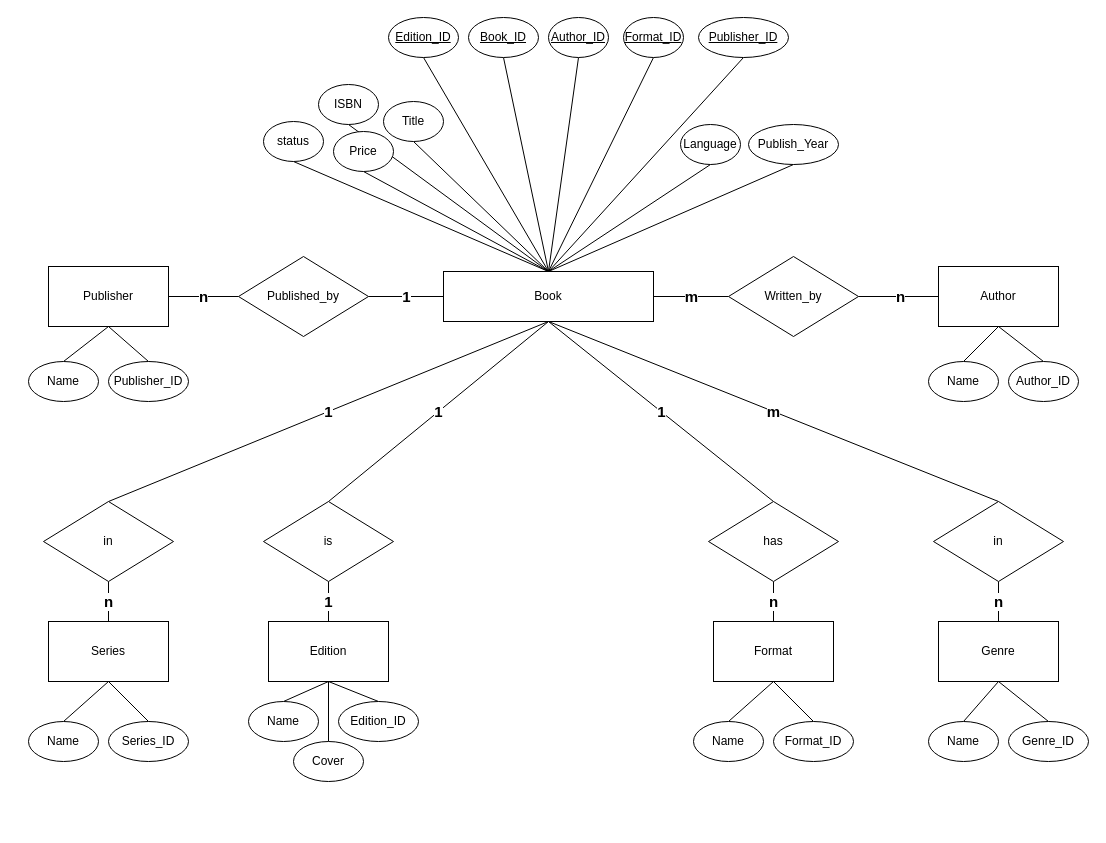
Above: Untitled Diagram.drawio in ediiiz/ediiiz.github.io (draw.io), before the change. Source tidied: cells renumbered, new cells numbered last; positions are measured from the earlier drawing's top-left corner, leaving out a move shared by most shapes. Both pictures are drawn from the tidied source at 100%, with x=0, y=0 at pixel (28, 17).
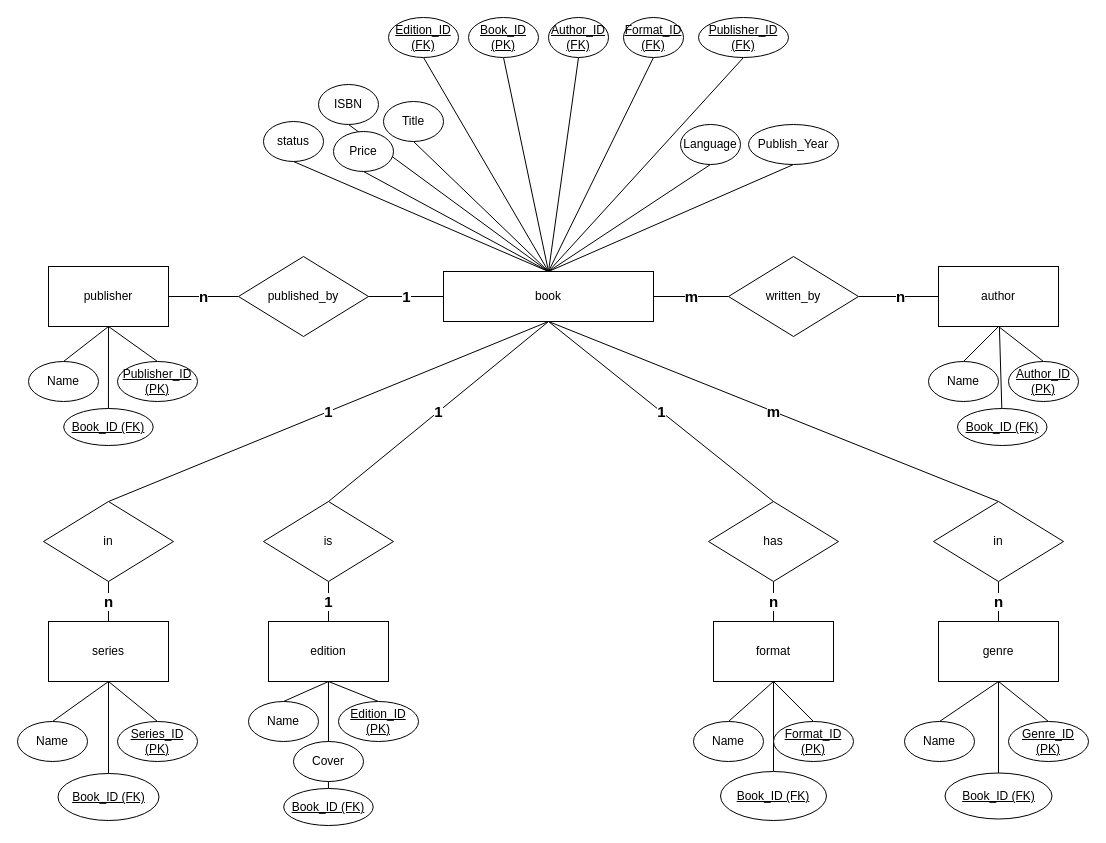
After the change.

The edit, as a diff of the source:
```diff
@@
-    <mxCell id="8" value="Book" style="rounded=0;whiteSpace=wrap;html=1;" parent="1" vertex="1">
+    <mxCell id="8" value="book" style="rounded=0;whiteSpace=wrap;html=1;" parent="1" vertex="1">
       <mxGeometry x="415" y="254" width="210" height="50" as="geometry" />
     </mxCell>
@@
-    <mxCell id="10" value="Author_ID" style="ellipse;whiteSpace=wrap;html=1;fontStyle=4;" parent="1" vertex="1">
+    <mxCell id="10" value="Author_ID (FK)" style="ellipse;whiteSpace=wrap;html=1;fontStyle=4;" parent="1" vertex="1">
       <mxGeometry x="520" width="60" height="40" as="geometry" />
     </mxCell>
-    <mxCell id="11" value="Format_ID" style="ellipse;whiteSpace=wrap;html=1;fontStyle=4;" parent="1" vertex="1">
+    <mxCell id="11" value="Format_ID (FK)" style="ellipse;whiteSpace=wrap;html=1;fontStyle=4;" parent="1" vertex="1">
       <mxGeometry x="595" width="60" height="40" as="geometry" />
     </mxCell>
@@
-    <mxCell id="21" value="Written_by" style="rhombus;whiteSpace=wrap;html=1;" parent="1" vertex="1">
+    <mxCell id="21" value="written_by" style="rhombus;whiteSpace=wrap;html=1;" parent="1" vertex="1">
       <mxGeometry x="700" y="239" width="130" height="80" as="geometry" />
     </mxCell>
@@
+    <mxCell id="75" style="edgeStyle=none;rounded=0;jettySize=auto;html=1;fontSize=15;endArrow=none;endFill=0;strokeColor=default;" parent="1" edge="1" source="23" target="85">
+      <mxGeometry relative="1" as="geometry" />
+    </mxCell>
-    <mxCell id="23" value="Author" style="rounded=0;whiteSpace=wrap;html=1;" parent="1" vertex="1">
+    <mxCell id="23" value="author" style="rounded=0;whiteSpace=wrap;html=1;" parent="1" vertex="1">
       <mxGeometry x="910" y="249" width="120" height="60" as="geometry" />
     </mxCell>
@@
-    <mxCell id="25" value="Author_ID" style="ellipse;whiteSpace=wrap;html=1;" parent="1" vertex="1">
+    <mxCell id="25" value="Author_ID (PK)" style="ellipse;whiteSpace=wrap;html=1;fontStyle=4;" parent="1" vertex="1">
       <mxGeometry x="980" y="344" width="70" height="40" as="geometry" />
     </mxCell>
@@
-    <mxCell id="29" value="Published_by" style="rhombus;whiteSpace=wrap;html=1;" parent="1" vertex="1">
+    <mxCell id="29" value="published_by" style="rhombus;whiteSpace=wrap;html=1;" parent="1" vertex="1">
       <mxGeometry x="210" y="239" width="130" height="80" as="geometry" />
     </mxCell>
+    <mxCell id="76" style="edgeStyle=none;rounded=0;jettySize=auto;html=1;fontSize=15;endArrow=none;endFill=0;strokeColor=default;" parent="1" edge="1" source="30" target="86">
+      <mxGeometry relative="1" as="geometry" />
+    </mxCell>
-    <mxCell id="30" value="Publisher" style="rounded=0;whiteSpace=wrap;html=1;" parent="1" vertex="1">
+    <mxCell id="30" value="publisher" style="rounded=0;whiteSpace=wrap;html=1;" parent="1" vertex="1">
       <mxGeometry x="20" y="249" width="120" height="60" as="geometry" />
     </mxCell>
@@
-    <mxCell id="32" value="Publisher_ID" style="ellipse;whiteSpace=wrap;html=1;" parent="1" vertex="1">
-      <mxGeometry x="80" y="344" width="80" height="40" as="geometry" />
+    <mxCell id="32" value="Publisher_ID (PK)" style="ellipse;whiteSpace=wrap;html=1;fontStyle=4;" parent="1" vertex="1">
+      <mxGeometry x="89" y="344" width="80" height="40" as="geometry" />
     </mxCell>
@@
-    <mxCell id="36" value="Publisher_ID" style="ellipse;whiteSpace=wrap;html=1;fontStyle=4;" parent="1" vertex="1">
+    <mxCell id="36" value="Publisher_ID (FK)" style="ellipse;whiteSpace=wrap;html=1;fontStyle=4;" parent="1" vertex="1">
       <mxGeometry x="670" width="90" height="40" as="geometry" />
     </mxCell>
@@
+    <mxCell id="77" style="edgeStyle=none;rounded=0;jettySize=auto;html=1;fontSize=15;endArrow=none;endFill=0;strokeColor=default;" parent="1" edge="1" source="40" target="82">
+      <mxGeometry relative="1" as="geometry" />
+    </mxCell>
-    <mxCell id="40" value="Series" style="rounded=0;whiteSpace=wrap;html=1;" parent="1" vertex="1">
+    <mxCell id="40" value="series" style="rounded=0;whiteSpace=wrap;html=1;" parent="1" vertex="1">
       <mxGeometry x="20" y="604" width="120" height="60" as="geometry" />
     </mxCell>
@@
-    <mxCell id="42" value="Series_ID" style="ellipse;whiteSpace=wrap;html=1;" parent="1" vertex="1">
-      <mxGeometry x="80" y="704" width="80" height="40" as="geometry" />
+    <mxCell id="42" value="Series_ID (PK)" style="ellipse;whiteSpace=wrap;html=1;fontStyle=4;" parent="1" vertex="1">
+      <mxGeometry x="89" y="704" width="80" height="40" as="geometry" />
     </mxCell>
@@
     <mxCell id="44" value="Name" style="ellipse;whiteSpace=wrap;html=1;" parent="1" vertex="1">
-      <mxGeometry y="704" width="70" height="40" as="geometry" />
+      <mxGeometry x="-11" y="704" width="70" height="40" as="geometry" />
     </mxCell>
@@
+    <mxCell id="78" style="edgeStyle=none;rounded=0;jettySize=auto;html=1;fontSize=15;endArrow=none;endFill=0;strokeColor=default;" parent="1" edge="1" source="48" target="84">
+      <mxGeometry relative="1" as="geometry" />
+    </mxCell>
-    <mxCell id="48" value="Genre" style="rounded=0;whiteSpace=wrap;html=1;" parent="1" vertex="1">
+    <mxCell id="48" value="genre" style="rounded=0;whiteSpace=wrap;html=1;" parent="1" vertex="1">
       <mxGeometry x="910" y="604" width="120" height="60" as="geometry" />
     </mxCell>
@@
-    <mxCell id="50" value="Genre_ID" style="ellipse;whiteSpace=wrap;html=1;" parent="1" vertex="1">
+    <mxCell id="50" value="Genre_ID (PK)" style="ellipse;whiteSpace=wrap;html=1;fontStyle=4;" parent="1" vertex="1">
       <mxGeometry x="980" y="704" width="80" height="40" as="geometry" />
     </mxCell>
@@
     <mxCell id="52" value="Name" style="ellipse;whiteSpace=wrap;html=1;" parent="1" vertex="1">
-      <mxGeometry x="900" y="704" width="70" height="40" as="geometry" />
+      <mxGeometry x="876" y="704" width="70" height="40" as="geometry" />
     </mxCell>
@@
+    <mxCell id="79" style="edgeStyle=none;rounded=0;jettySize=auto;html=1;fontSize=15;endArrow=none;endFill=0;strokeColor=default;" parent="1" edge="1" source="56" target="83">
+      <mxGeometry relative="1" as="geometry" />
+    </mxCell>
-    <mxCell id="56" value="Format" style="rounded=0;whiteSpace=wrap;html=1;" parent="1" vertex="1">
+    <mxCell id="56" value="format" style="rounded=0;whiteSpace=wrap;html=1;" parent="1" vertex="1">
       <mxGeometry x="685" y="604" width="120" height="60" as="geometry" />
     </mxCell>
@@
-    <mxCell id="58" value="Format_ID" style="ellipse;whiteSpace=wrap;html=1;" parent="1" vertex="1">
+    <mxCell id="58" value="Format_ID (PK)" style="ellipse;whiteSpace=wrap;html=1;fontStyle=4;" parent="1" vertex="1">
       <mxGeometry x="745" y="704" width="80" height="40" as="geometry" />
     </mxCell>
@@
+    <mxCell id="80" style="edgeStyle=none;rounded=0;jettySize=auto;html=1;fontSize=15;endArrow=none;endFill=0;strokeColor=default;" parent="1" edge="1" source="64" target="81">
+      <mxGeometry relative="1" as="geometry" />
+    </mxCell>
-    <mxCell id="64" value="Edition" style="rounded=0;whiteSpace=wrap;html=1;" parent="1" vertex="1">
+    <mxCell id="64" value="edition" style="rounded=0;whiteSpace=wrap;html=1;" parent="1" vertex="1">
       <mxGeometry x="240" y="604" width="120" height="60" as="geometry" />
     </mxCell>
@@
-    <mxCell id="66" value="Edition_ID" style="ellipse;whiteSpace=wrap;html=1;" parent="1" vertex="1">
+    <mxCell id="66" value="Edition_ID (PK)" style="ellipse;whiteSpace=wrap;html=1;fontStyle=4;" parent="1" vertex="1">
       <mxGeometry x="310" y="684" width="80" height="40" as="geometry" />
     </mxCell>
@@
-    <mxCell id="70" value="Edition_ID" style="ellipse;whiteSpace=wrap;html=1;fontStyle=4;fillColor=default;" parent="1" vertex="1">
+    <mxCell id="70" value="Edition_ID (FK)" style="ellipse;whiteSpace=wrap;html=1;fontStyle=4;fillColor=default;" parent="1" vertex="1">
       <mxGeometry x="360" width="70" height="40" as="geometry" />
     </mxCell>
@@
-    <mxCell id="74" value="Book_ID" style="ellipse;whiteSpace=wrap;html=1;fontStyle=4;fillColor=default;" parent="1" vertex="1">
+    <mxCell id="74" value="Book_ID (PK)" style="ellipse;whiteSpace=wrap;html=1;fontStyle=4;fillColor=default;" parent="1" vertex="1">
       <mxGeometry x="440" width="70" height="40" as="geometry" />
     </mxCell>
+    <mxCell id="81" value="Book_ID (FK)" style="ellipse;whiteSpace=wrap;html=1;rounded=0;fontStyle=4;" parent="1" vertex="1">
+      <mxGeometry x="255.2" y="771" width="89.5" height="37" as="geometry" />
+    </mxCell>
+    <mxCell id="82" value="Book_ID (FK)" style="ellipse;whiteSpace=wrap;html=1;rounded=0;fontStyle=4;" parent="1" vertex="1">
+      <mxGeometry x="29.5" y="756" width="101" height="47" as="geometry" />
+    </mxCell>
+    <mxCell id="83" value="Book_ID (FK)" style="ellipse;whiteSpace=wrap;html=1;rounded=0;fontStyle=4;" parent="1" vertex="1">
+      <mxGeometry x="692" y="754" width="106" height="49" as="geometry" />
+    </mxCell>
+    <mxCell id="84" value="Book_ID (FK)" style="ellipse;whiteSpace=wrap;html=1;rounded=0;fontStyle=4;" parent="1" vertex="1">
+      <mxGeometry x="916.5" y="755.5" width="107" height="46" as="geometry" />
+    </mxCell>
+    <mxCell id="85" value="Book_ID (FK)" style="ellipse;whiteSpace=wrap;html=1;rounded=0;fontStyle=4;" parent="1" vertex="1">
+      <mxGeometry x="929" y="391" width="89.5" height="37" as="geometry" />
+    </mxCell>
+    <mxCell id="86" value="Book_ID (FK)" style="ellipse;whiteSpace=wrap;html=1;rounded=0;fontStyle=4;" parent="1" vertex="1">
+      <mxGeometry x="35.2" y="391" width="89.5" height="37" as="geometry" />
+    </mxCell>
```
